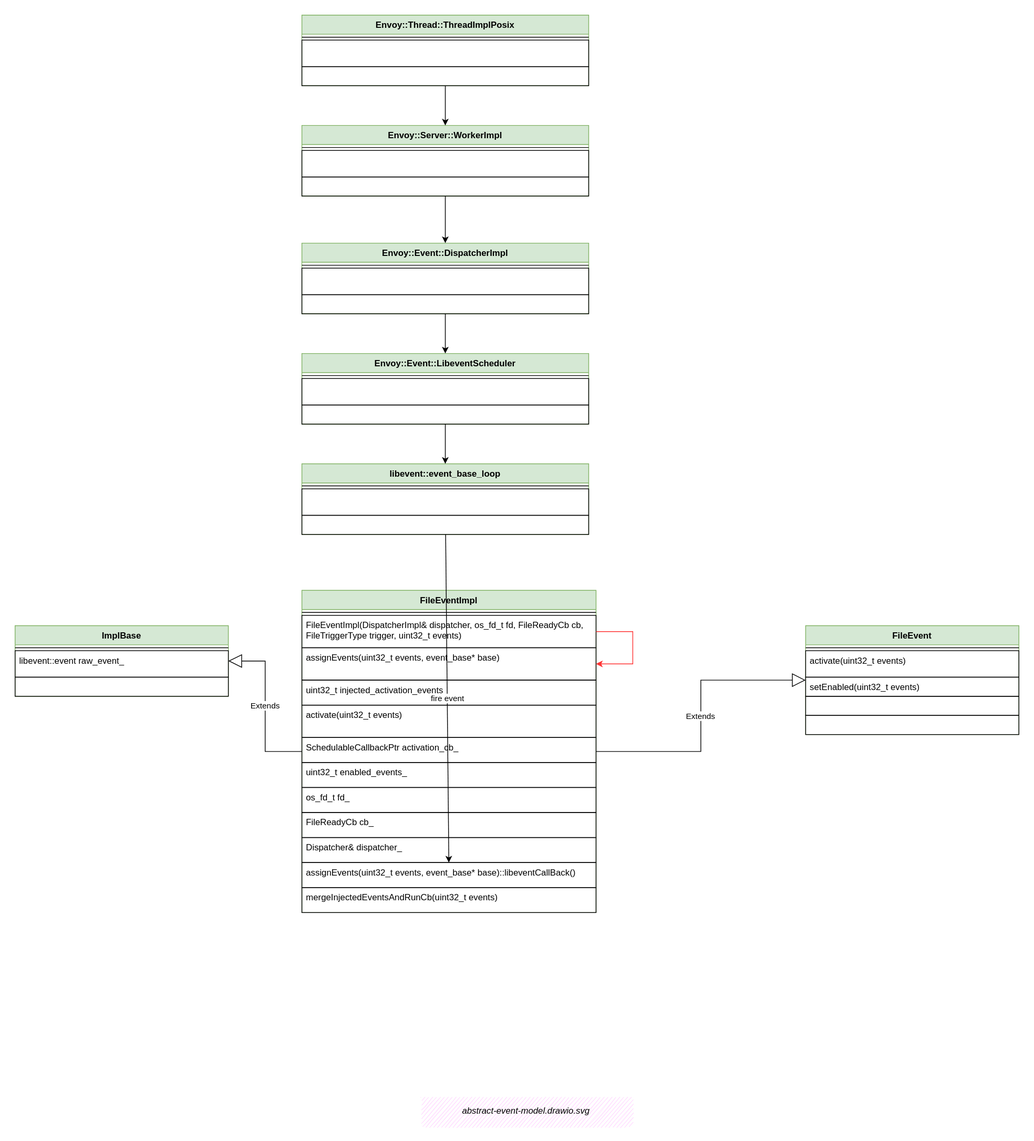
Above: docs/source/ch2-envoy/arch/event-driven/event-driven.assets/abstract-event-model.drawio.svg in labilezhu/istio-insider (draw.io), before the change. Source tidied: cells renumbered, new cells last; positions are measured from the earlier drawing's top-left corner, leaving out a move shared by most shapes.
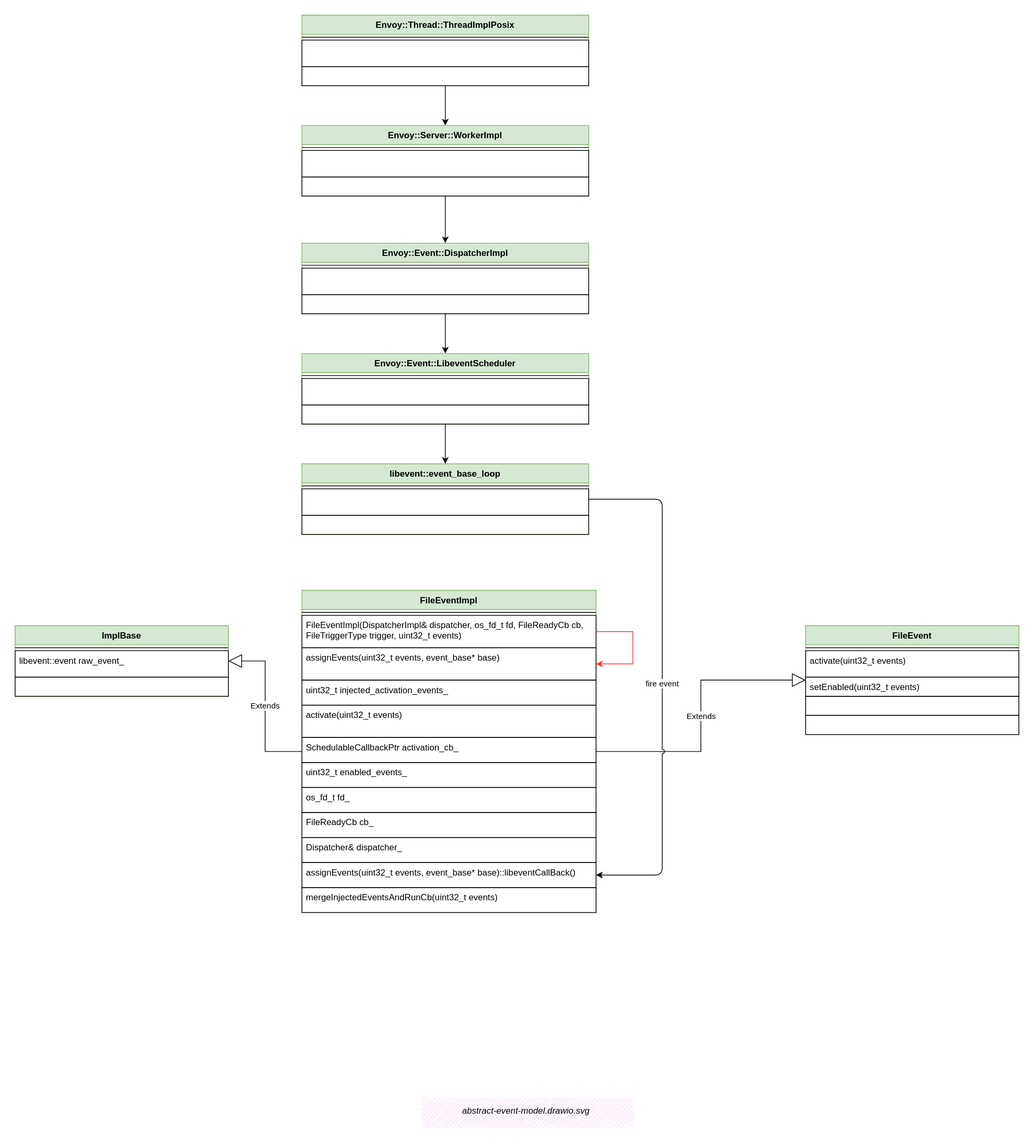
After the commit.

The edit, as a diff of the source:
```diff
@@ -162,8 +162,13 @@
     <mxCell id="52" style="endArrow=classic;html=1;" parent="1" edge="1" source="37" target="45">
       <mxGeometry relative="1" as="geometry" />
     </mxCell>
-    <mxCell id="53" value="fire event" style="endArrow=classic;html=1;" parent="1" edge="1" source="45" target="19">
-      <mxGeometry relative="1" as="geometry" />
+    <mxCell id="53" value="fire event" style="endArrow=classic;html=1;edgeStyle=orthogonalEdgeStyle;jumpStyle=arc;" parent="1" edge="1" source="45" target="19">
+      <mxGeometry relative="1" as="geometry">
+        <Array as="points">
+          <mxPoint x="880" y="658" />
+          <mxPoint x="880" y="1169" />
+        </Array>
+      </mxGeometry>
     </mxCell>
   </root>
 </mxGraphModel>
```
